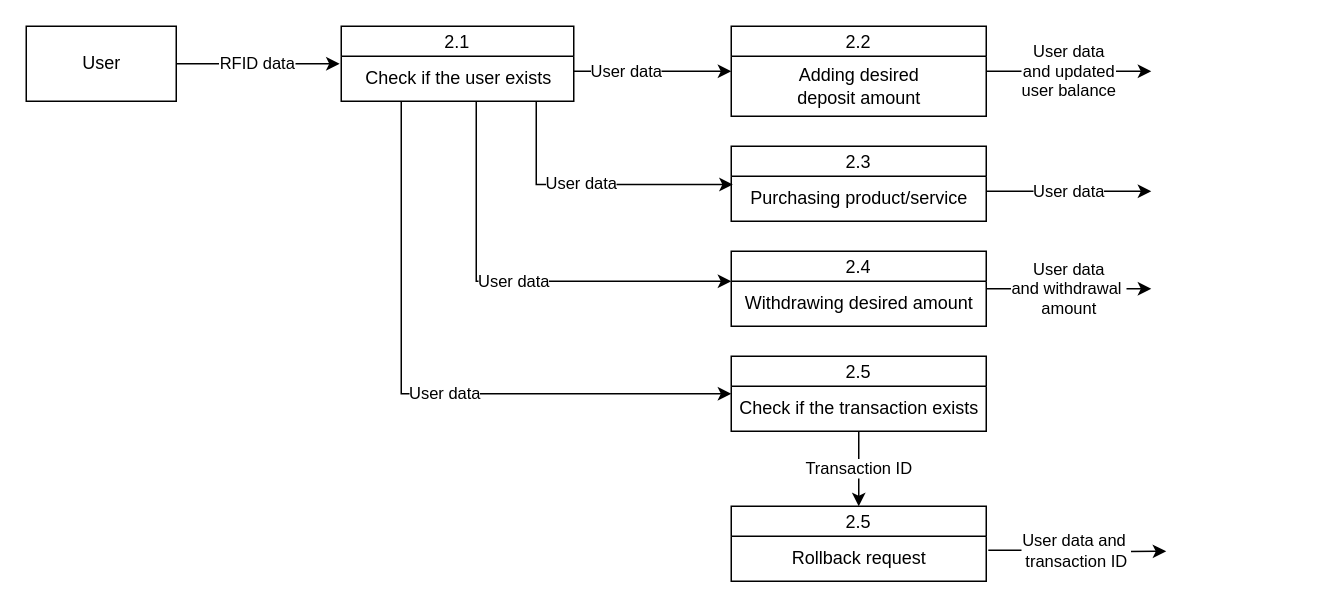
Before: page "DFD - 2.0" (11 of 15) of docs/AUPay Diagrams.drawio in 1icolo/AUPay, a draw.io diagram. Source tidied: cells renumbered, new cells numbered last; positions are measured from the earlier drawing's top-left corner, leaving out a move shared by most shapes. Both pictures are drawn from the tidied source at 150%, with x=0, y=0 at pixel (26, 26).
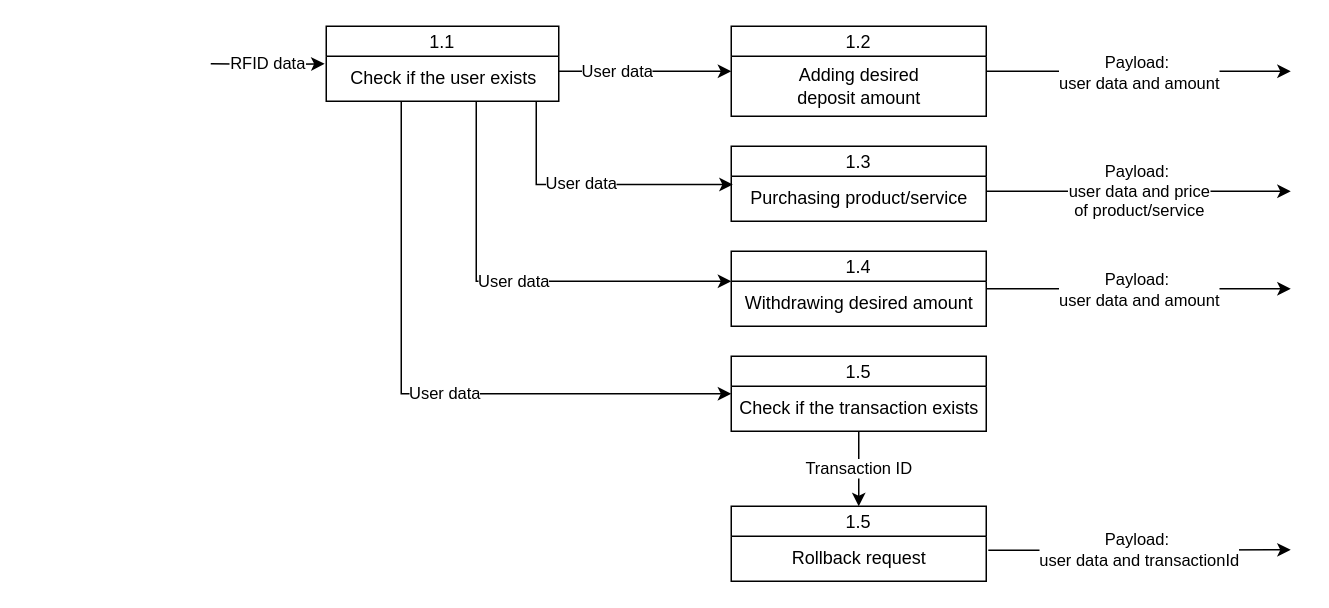
The same diagram, later.

The change refers to these unchanged cells:
```xml
<mxCell id="6" value="Check if the user exists" style="text;html=1;align=center;verticalAlign=middle;points=[];strokeColor=none;fillColor=none;" parent="5" vertex="1">
  <mxGeometry y="20" width="155" height="30" as="geometry" />
</mxCell>
<mxCell id="13" value="Purchasing product/service" style="text;html=1;align=center;verticalAlign=middle;points=[];strokeColor=none;fillColor=none;" parent="12" vertex="1">
  <mxGeometry y="20" width="170" height="30" as="geometry" />
</mxCell>
<mxCell id="24" value="Rollback request" style="text;html=1;align=center;verticalAlign=middle;points=[];strokeColor=none;fillColor=none;" parent="23" vertex="1">
  <mxGeometry y="20" width="170" height="30" as="geometry" />
</mxCell>
```

The edit, as a diff of the source:
```diff
@@
-    <mxCell id="2" value="RFID data" style="edgeStyle=orthogonalEdgeStyle;rounded=0;jettySize=auto;html=1;entryX=-0.007;entryY=0.167;entryDx=0;entryDy=0;entryPerimeter=0;" parent="1" edge="1" source="3" target="6">
-      <mxGeometry relative="1" as="geometry" />
+    <mxCell id="2" value="RFID data" style="edgeStyle=orthogonalEdgeStyle;rounded=0;jettySize=auto;html=1;entryX=-0.007;entryY=0.167;entryDx=0;entryDy=0;entryPerimeter=0;" parent="1" edge="1" target="6">
+      <mxGeometry relative="1" as="geometry">
+        <mxPoint x="123" y="25" as="sourcePoint" />
+      </mxGeometry>
     </mxCell>
-    <mxCell id="3" value="User" style="html=1;dashed=0;whitespace=wrap;rounded=0;sketch=0;shadow=0;" parent="1" vertex="1">
-      <mxGeometry width="100" height="50" as="geometry" />
-    </mxCell>
@@
-    <mxCell id="5" value="2.1" style="swimlane;fontStyle=0;horizontal=1;startSize=20;fillColor=#ffffff;swimlaneFillColor=#ffffff;rounded=0;shadow=0;sketch=0;" parent="1" vertex="1">
-      <mxGeometry x="210" width="155" height="50" as="geometry" />
+    <mxCell id="5" value="1.1" style="swimlane;fontStyle=0;horizontal=1;startSize=20;fillColor=#ffffff;swimlaneFillColor=#ffffff;rounded=0;shadow=0;sketch=0;" parent="1" vertex="1">
+      <mxGeometry x="200" width="155" height="50" as="geometry" />
     </mxCell>
@@
     <mxCell id="7" value="Price list of&amp;nbsp;&lt;br&gt;product/service" style="edgeStyle=orthogonalEdgeStyle;rounded=0;orthogonalLoop=1;jettySize=auto;html=1;entryX=0.006;entryY=0.361;entryDx=0;entryDy=0;entryPerimeter=0;" parent="1" edge="1">
       <mxGeometry relative="1" as="geometry">
-        <mxPoint x="120" y="345" as="sourcePoint" />
+        <mxPoint x="198" y="345" as="sourcePoint" />
       </mxGeometry>
     </mxCell>
-    <mxCell id="8" value="User data&lt;br&gt;and updated&lt;br&gt;user balance" style="edgeStyle=orthogonalEdgeStyle;rounded=0;jettySize=auto;html=1;" parent="1" edge="1" source="9">
+    <mxCell id="8" value="Payload:&amp;nbsp;&lt;br&gt;user data and amount" style="edgeStyle=orthogonalEdgeStyle;rounded=0;jettySize=auto;html=1;" parent="1" edge="1" source="9">
       <mxGeometry relative="1" as="geometry">
-        <mxPoint x="750" y="30" as="targetPoint" />
+        <mxPoint x="843" y="30" as="targetPoint" />
       </mxGeometry>
     </mxCell>
-    <mxCell id="9" value="2.2" style="swimlane;fontStyle=0;horizontal=1;startSize=20;fillColor=#ffffff;swimlaneFillColor=#ffffff;rounded=0;shadow=0;sketch=0;" parent="1" vertex="1">
+    <mxCell id="9" value="1.2" style="swimlane;fontStyle=0;horizontal=1;startSize=20;fillColor=#ffffff;swimlaneFillColor=#ffffff;rounded=0;shadow=0;sketch=0;" parent="1" vertex="1">
       <mxGeometry x="470" width="170" height="60" as="geometry" />
     </mxCell>
@@
-    <mxCell id="12" value="2.3" style="swimlane;fontStyle=0;horizontal=1;startSize=20;fillColor=#ffffff;swimlaneFillColor=#ffffff;rounded=0;shadow=0;sketch=0;" parent="1" vertex="1">
+    <mxCell id="12" value="1.3" style="swimlane;fontStyle=0;horizontal=1;startSize=20;fillColor=#ffffff;swimlaneFillColor=#ffffff;rounded=0;shadow=0;sketch=0;" parent="1" vertex="1">
       <mxGeometry x="470" y="80" width="170" height="50" as="geometry" />
     </mxCell>
@@
-    <mxCell id="14" value="User data&lt;br&gt;and withdrawal&amp;nbsp;&lt;br&gt;amount" style="edgeStyle=orthogonalEdgeStyle;rounded=0;jettySize=auto;html=1;" parent="1" edge="1" source="15">
+    <mxCell id="14" value="Payload:&amp;nbsp;&lt;br style=&quot;border-color: var(--border-color);&quot;&gt;user data and amount" style="edgeStyle=orthogonalEdgeStyle;rounded=0;jettySize=auto;html=1;" parent="1" edge="1" source="15">
       <mxGeometry relative="1" as="geometry">
-        <mxPoint x="750" y="175" as="targetPoint" />
+        <mxPoint x="843" y="175" as="targetPoint" />
       </mxGeometry>
     </mxCell>
-    <mxCell id="15" value="2.4" style="swimlane;fontStyle=0;horizontal=1;startSize=20;fillColor=#ffffff;swimlaneFillColor=#ffffff;rounded=0;shadow=0;sketch=0;" parent="1" vertex="1">
+    <mxCell id="15" value="1.4" style="swimlane;fontStyle=0;horizontal=1;startSize=20;fillColor=#ffffff;swimlaneFillColor=#ffffff;rounded=0;shadow=0;sketch=0;" parent="1" vertex="1">
       <mxGeometry x="470" y="150" width="170" height="50" as="geometry" />
     </mxCell>
@@
-    <mxCell id="19" value="User data" style="edgeStyle=orthogonalEdgeStyle;rounded=0;jettySize=auto;html=1;" parent="1" edge="1" source="13">
+    <mxCell id="19" value="Payload:&amp;nbsp;&lt;br style=&quot;border-color: var(--border-color);&quot;&gt;user data and price&lt;br&gt;of product/service" style="edgeStyle=orthogonalEdgeStyle;rounded=0;jettySize=auto;html=1;" parent="1" edge="1" source="13">
       <mxGeometry relative="1" as="geometry">
-        <mxPoint x="750" y="110" as="targetPoint" />
+        <mxPoint x="843" y="110" as="targetPoint" />
         <Array as="points">
-          <mxPoint x="750" y="110" />
+          <mxPoint x="803" y="110" />
+          <mxPoint x="803" y="110" />
         </Array>
       </mxGeometry>
     </mxCell>
-    <mxCell id="20" value="2.5" style="swimlane;fontStyle=0;horizontal=1;startSize=20;fillColor=#ffffff;swimlaneFillColor=#ffffff;rounded=0;shadow=0;sketch=0;" parent="1" vertex="1">
+    <mxCell id="20" value="1.5" style="swimlane;fontStyle=0;horizontal=1;startSize=20;fillColor=#ffffff;swimlaneFillColor=#ffffff;rounded=0;shadow=0;sketch=0;" parent="1" vertex="1">
       <mxGeometry x="470" y="220" width="170" height="50" as="geometry" />
     </mxCell>
@@
-    <mxCell id="22" value="User data and&amp;nbsp;&lt;br&gt;transaction ID" style="edgeStyle=orthogonalEdgeStyle;rounded=0;jettySize=auto;html=1;exitX=1.008;exitY=0.313;exitDx=0;exitDy=0;exitPerimeter=0;" parent="1" edge="1" source="24">
+    <mxCell id="22" value="Payload:&amp;nbsp;&lt;br style=&quot;border-color: var(--border-color);&quot;&gt;user data and transactionId" style="edgeStyle=orthogonalEdgeStyle;rounded=0;jettySize=auto;html=1;exitX=1.008;exitY=0.313;exitDx=0;exitDy=0;exitPerimeter=0;" parent="1" edge="1" source="24">
       <mxGeometry relative="1" as="geometry">
-        <mxPoint x="760" y="350" as="targetPoint" />
+        <mxPoint x="843" y="349" as="targetPoint" />
       </mxGeometry>
     </mxCell>
-    <mxCell id="23" value="2.5" style="swimlane;fontStyle=0;horizontal=1;startSize=20;fillColor=#ffffff;swimlaneFillColor=#ffffff;rounded=0;shadow=0;sketch=0;" parent="1" vertex="1">
+    <mxCell id="23" value="1.5" style="swimlane;fontStyle=0;horizontal=1;startSize=20;fillColor=#ffffff;swimlaneFillColor=#ffffff;rounded=0;shadow=0;sketch=0;" parent="1" vertex="1">
       <mxGeometry x="470" y="320" width="170" height="50" as="geometry" />
     </mxCell>
```
